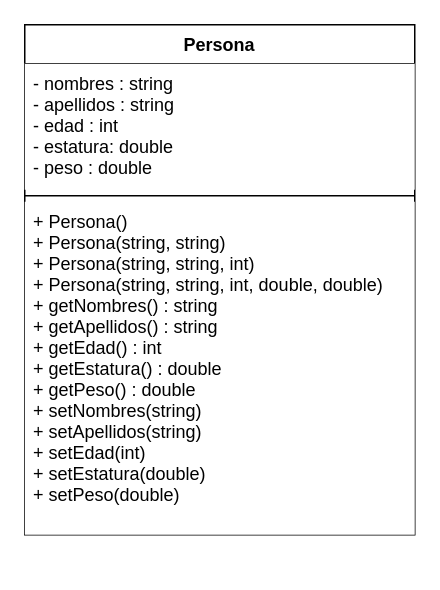
Before: persona.drawio in presuel/POO, a draw.io diagram. Source tidied: cells renumbered, new cells numbered last; positions are measured from the earlier drawing's top-left corner, leaving out a move shared by most shapes. Both pictures are drawn from the tidied source at 150%, with x=0, y=0 at pixel (24, 24).
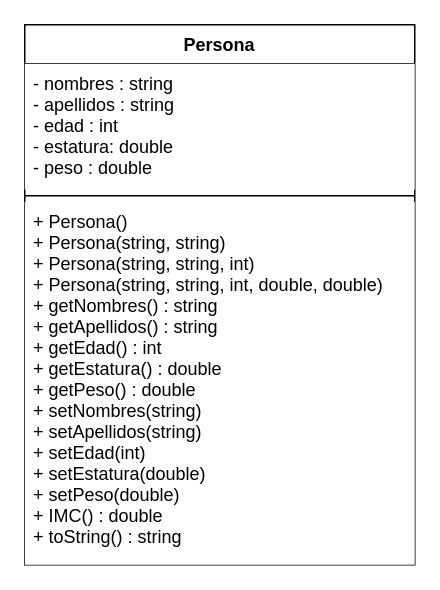
The same page after the edit.

Commit message (it also covers changes not shown here):
toString, IMC Persona (C++ & Java)

Diff of the diagram source:
```diff
@@
 <mxGraphModel>
   <root>
     <mxCell id="0" />
     <mxCell id="1" parent="0" />
     <mxCell id="2" value="Persona" style="swimlane;fontStyle=1;align=center;verticalAlign=top;horizontal=1;startSize=26;" parent="1" vertex="1">
-      <mxGeometry width="260" height="340" as="geometry" />
+      <mxGeometry width="260" height="360" as="geometry" />
     </mxCell>
     <mxCell id="3" value="- nombres : string&#10;- apellidos : string&#10;- edad : int&#10;- estatura: double&#10;- peso : double" style="text;strokeColor=none;fillColor=default;align=left;verticalAlign=top;spacingLeft=4;spacingRight=4;overflow=hidden;" parent="2" vertex="1">
       <mxGeometry y="26" width="260" height="84" as="geometry" />
     </mxCell>
     <mxCell id="4" style="line;strokeWidth=1;fillColor=none;align=left;verticalAlign=middle;spacingTop=-1;spacingLeft=3;spacingRight=3;labelPosition=right;strokeColor=inherit;" parent="2" vertex="1">
       <mxGeometry y="110" width="260" height="8" as="geometry" />
     </mxCell>
-    <mxCell id="5" value="+ Persona()&#10;+ Persona(string, string)&#10;+ Persona(string, string, int)&#10;+ Persona(string, string, int, double, double)&#10;+ getNombres() : string&#10;+ getApellidos() : string&#10;+ getEdad() : int&#10;+ getEstatura() : double&#10;+ getPeso() : double&#10;+ setNombres(string)&#10;+ setApellidos(string)&#10;+ setEdad(int)&#10;+ setEstatura(double)&#10;+ setPeso(double)" style="text;strokeColor=none;fillColor=default;align=left;verticalAlign=top;spacingLeft=4;spacingRight=4;overflow=hidden;" parent="2" vertex="1">
-      <mxGeometry y="118" width="260" height="222" as="geometry" />
+    <mxCell id="5" value="+ Persona()&#10;+ Persona(string, string)&#10;+ Persona(string, string, int)&#10;+ Persona(string, string, int, double, double)&#10;+ getNombres() : string&#10;+ getApellidos() : string&#10;+ getEdad() : int&#10;+ getEstatura() : double&#10;+ getPeso() : double&#10;+ setNombres(string)&#10;+ setApellidos(string)&#10;+ setEdad(int)&#10;+ setEstatura(double)&#10;+ setPeso(double)&#10;+ IMC() : double &#10;+ toString() : string" style="text;strokeColor=none;fillColor=default;align=left;verticalAlign=top;spacingLeft=4;spacingRight=4;overflow=hidden;" parent="2" vertex="1">
+      <mxGeometry y="118" width="260" height="242" as="geometry" />
     </mxCell>
   </root>
 </mxGraphModel>
```
